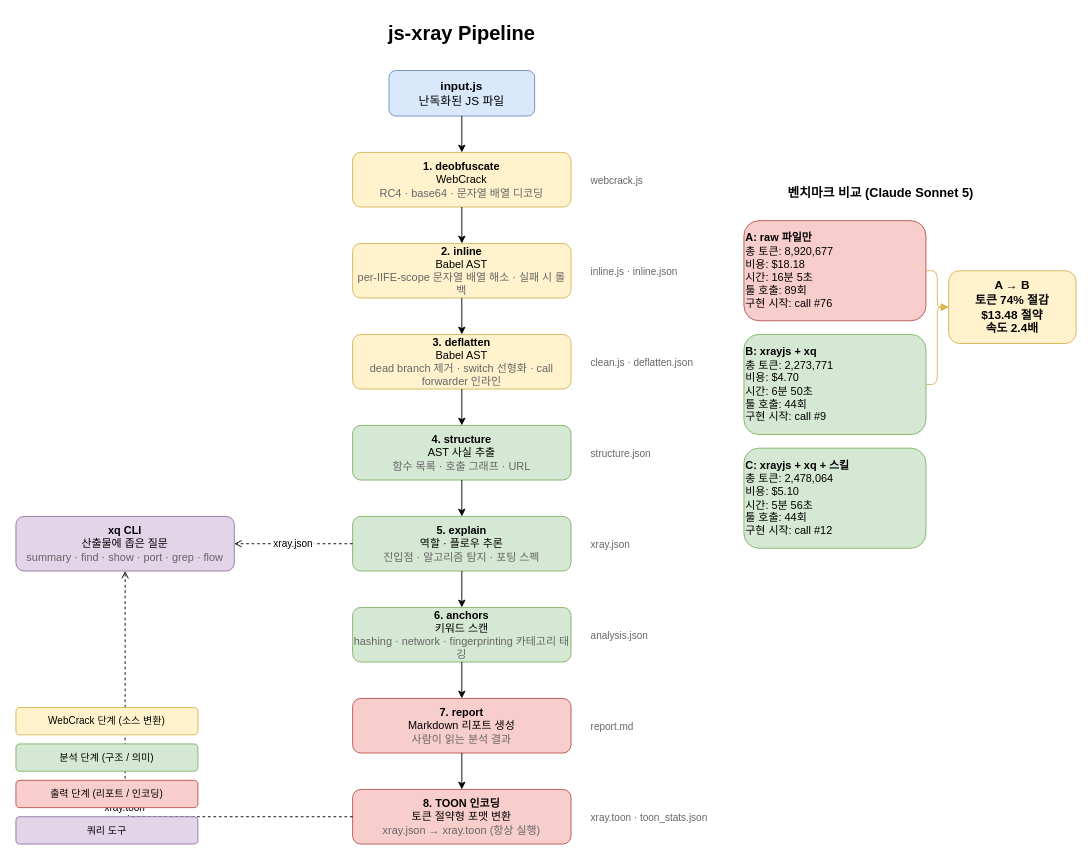
This is BENCHMARK.drawio from h053698/js-xray, a draw.io file, before an edit. Source tidied: cells renumbered, new cells numbered last; positions are measured from the earlier drawing's top-left corner, leaving out a move shared by most shapes. Both pictures are drawn from the tidied source at 91%, with x=0, y=0 at pixel (15, 15).
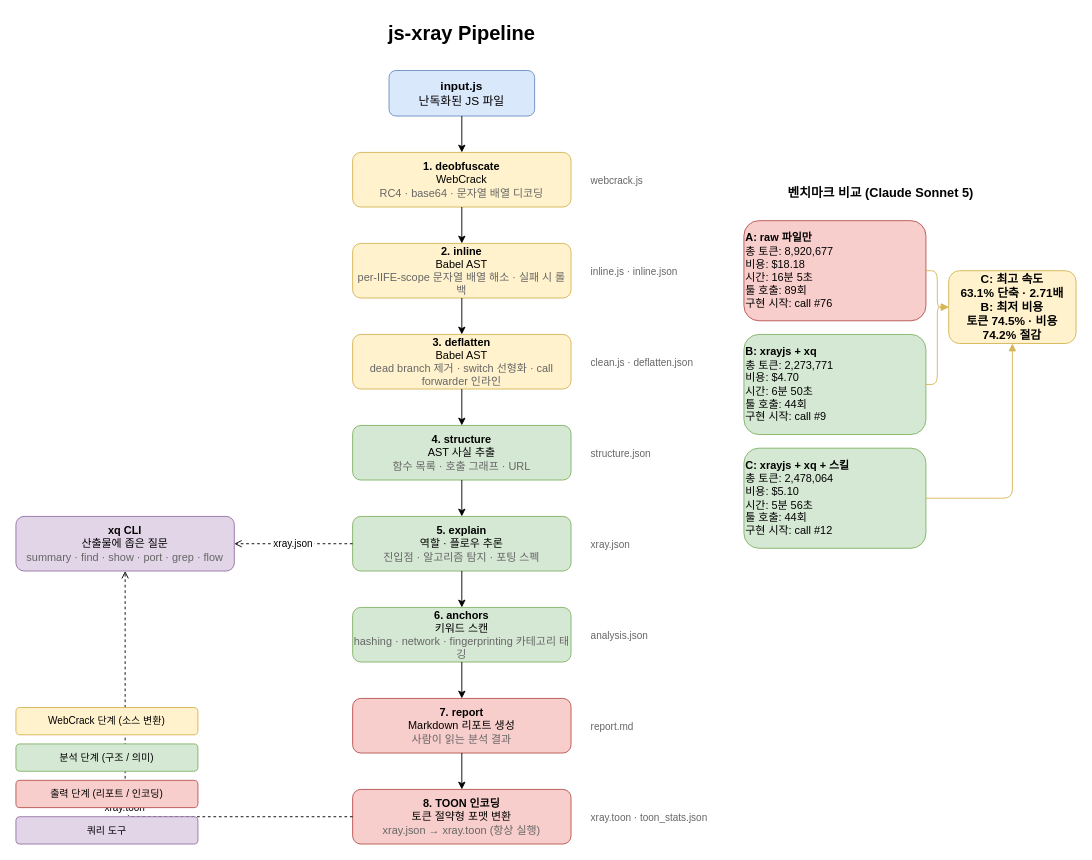
After the change.

Commit message (it also covers changes not shown here):
Show the full benchmark comparison

The change refers to these unchanged cells:
```xml
<mxCell id="34" value="&lt;b&gt;C: xrayjs + xq + 스킬&lt;/b&gt;&lt;br&gt;총 토큰: 2,478,064&lt;br&gt;비용: $5.10&lt;br&gt;시간: 5분 56초&lt;br&gt;툴 호출: 44회&lt;br&gt;구현 시작: call #12" style="rounded=1;whiteSpace=wrap;html=1;fillColor=#d5e8d4;strokeColor=#82b366;fontSize=12;align=left;" parent="1" vertex="1">
  <mxGeometry x="800" y="475" width="200" height="110" as="geometry" />
</mxCell>
```

Diff of the diagram source:
```diff
@@
-    <mxCell id="35" value="A → B&lt;br&gt;&lt;b&gt;토큰 74% 절감&lt;/b&gt;&lt;br&gt;&lt;b&gt;$13.48 절약&lt;/b&gt;&lt;br&gt;속도 2.4배" style="rounded=1;whiteSpace=wrap;html=1;fillColor=#fff2cc;strokeColor=#d6b656;fontSize=13;fontStyle=1;" parent="1" vertex="1">
+    <mxCell id="35" value="&lt;b&gt;C: 최고 속도&lt;/b&gt;&lt;br&gt;63.1% 단축 · 2.71배&lt;br&gt;&lt;b&gt;B: 최저 비용&lt;/b&gt;&lt;br&gt;토큰 74.5% · 비용 74.2% 절감" style="rounded=1;whiteSpace=wrap;html=1;fillColor=#fff2cc;strokeColor=#d6b656;fontSize=13;fontStyle=1;" parent="1" vertex="1">
       <mxGeometry x="1025" y="280" width="140" height="80" as="geometry" />
     </mxCell>
@@
+    <mxCell id="42" style="edgeStyle=orthogonalEdgeStyle;endArrow=block;endFill=1;strokeColor=#d6b656;" parent="1" edge="1" source="34" target="35">
+      <mxGeometry relative="1" as="geometry" />
+    </mxCell>
```
